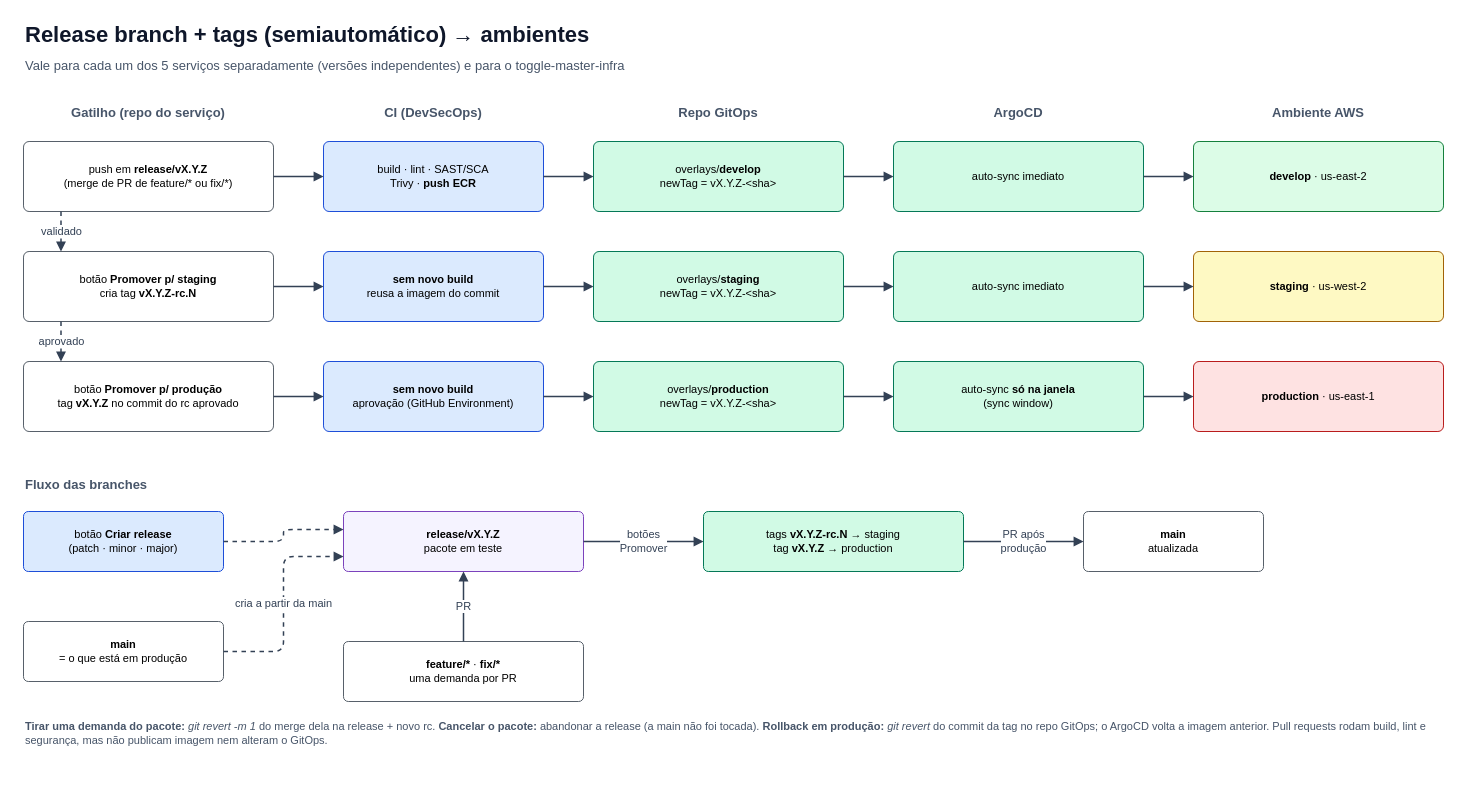
This is page "2. Branches e ambientes" (2 of 2) of docs/fase3-cicd-gitops.drawio from FIAP-PosTech-DevOps/toggle-master-infra, a draw.io file, before an edit. Source tidied: cells renumbered, new cells numbered last; positions are measured from the earlier drawing's top-left corner, leaving out a move shared by most shapes. Both pictures are drawn from the tidied source at 100%, with x=0, y=0 at pixel (23, 17).
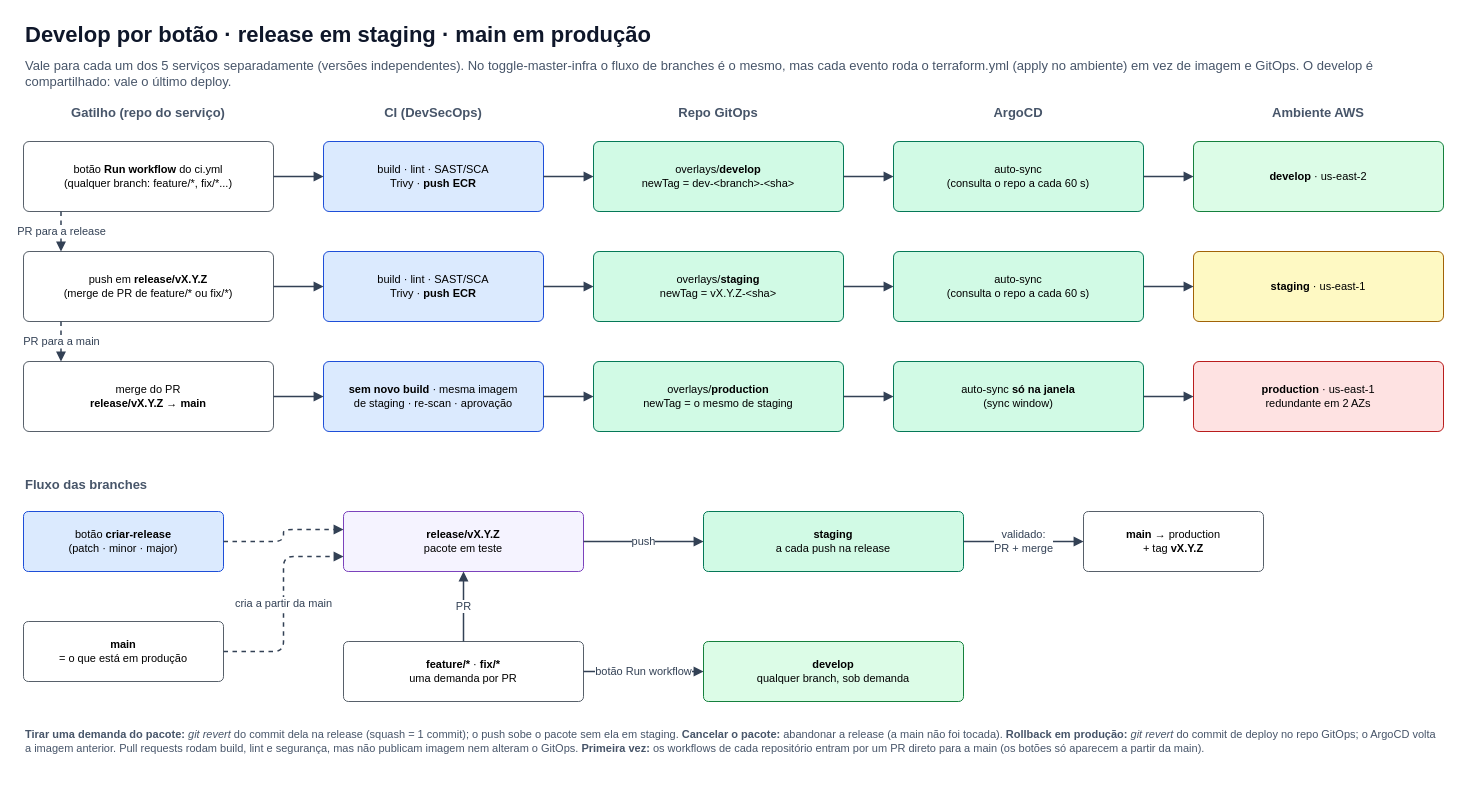
Above is the later version.

The change refers to these unchanged cells:
```xml
<mxCell id="27" value="&lt;b&gt;release/vX.Y.Z&lt;/b&gt;&lt;br&gt;pacote em teste" style="rounded=1;arcSize=8;fillColor=#F5F3FF;strokeColor=#7B42BC;fontSize=11;html=1;whiteSpace=wrap;fontFamily=Helvetica;" parent="1" vertex="1">
  <mxGeometry x="320" y="494" width="240" height="60" as="geometry" />
</mxCell>
<mxCell id="28" value="&lt;b&gt;feature/*&lt;/b&gt; · &lt;b&gt;fix/*&lt;/b&gt;&lt;br&gt;uma demanda por PR" style="rounded=1;arcSize=8;fillColor=#FFFFFF;strokeColor=#57606A;fontSize=11;html=1;whiteSpace=wrap;fontFamily=Helvetica;" parent="1" vertex="1">
  <mxGeometry x="320" y="624" width="240" height="60" as="geometry" />
</mxCell>
```

Diff of the diagram source:
```diff
@@
-    <mxCell id="2" value="Release branch + tags (semiautomático) → ambientes" style="text;align=left;verticalAlign=middle;fontSize=22;fontStyle=1;fontColor=#0F172A;html=1;whiteSpace=wrap;fontFamily=Helvetica;" parent="1" vertex="1">
+    <mxCell id="2" value="Develop por botão · release em staging · main em produção" style="text;align=left;verticalAlign=middle;fontSize=22;fontStyle=1;fontColor=#0F172A;html=1;whiteSpace=wrap;fontFamily=Helvetica;" parent="1" vertex="1">
       <mxGeometry width="1100" height="36" as="geometry" />
     </mxCell>
-    <mxCell id="3" value="Vale para cada um dos 5 serviços separadamente (versões independentes) e para o toggle-master-infra" style="text;align=left;verticalAlign=middle;fontSize=13;fontColor=#475569;html=1;whiteSpace=wrap;fontFamily=Helvetica;" parent="1" vertex="1">
-      <mxGeometry y="36" width="1100" height="24" as="geometry" />
+    <mxCell id="3" value="Vale para cada um dos 5 serviços separadamente (versões independentes). No toggle-master-infra o fluxo de branches é o mesmo, mas cada evento roda o terraform.yml (apply no ambiente) em vez de imagem e GitOps. O develop é compartilhado: vale o último deploy." style="text;align=left;verticalAlign=middle;fontSize=13;fontColor=#475569;html=1;whiteSpace=wrap;fontFamily=Helvetica;" parent="1" vertex="1">
+      <mxGeometry y="36" width="1420" height="40" as="geometry" />
     </mxCell>
@@
-    <mxCell id="9" value="push em &lt;b&gt;release/vX.Y.Z&lt;/b&gt;&lt;br&gt;(merge de PR de feature/* ou fix/*)" style="rounded=1;arcSize=8;fillColor=#FFFFFF;strokeColor=#57606A;fontSize=11;html=1;whiteSpace=wrap;fontFamily=Helvetica;" parent="1" vertex="1">
+    <mxCell id="9" value="botão &lt;b&gt;Run workflow&lt;/b&gt; do ci.yml&lt;br&gt;(qualquer branch: feature/*, fix/*...)" style="rounded=1;arcSize=8;fillColor=#FFFFFF;strokeColor=#57606A;fontSize=11;html=1;whiteSpace=wrap;fontFamily=Helvetica;" parent="1" vertex="1">
       <mxGeometry y="124" width="250" height="70" as="geometry" />
     </mxCell>
@@
-    <mxCell id="11" value="overlays/&lt;b&gt;develop&lt;/b&gt;&lt;br&gt;newTag = vX.Y.Z-&amp;lt;sha&amp;gt;" style="rounded=1;arcSize=8;fillColor=#D1FAE5;strokeColor=#047857;fontSize=11;html=1;whiteSpace=wrap;fontFamily=Helvetica;" parent="1" vertex="1">
+    <mxCell id="11" value="overlays/&lt;b&gt;develop&lt;/b&gt;&lt;br&gt;newTag = dev-&amp;lt;branch&amp;gt;-&amp;lt;sha&amp;gt;" style="rounded=1;arcSize=8;fillColor=#D1FAE5;strokeColor=#047857;fontSize=11;html=1;whiteSpace=wrap;fontFamily=Helvetica;" parent="1" vertex="1">
       <mxGeometry x="570" y="124" width="250" height="70" as="geometry" />
     </mxCell>
-    <mxCell id="12" value="auto-sync imediato" style="rounded=1;arcSize=8;fillColor=#D1FAE5;strokeColor=#047857;fontSize=11;html=1;whiteSpace=wrap;fontFamily=Helvetica;" parent="1" vertex="1">
+    <mxCell id="12" value="auto-sync&lt;br&gt;(consulta o repo a cada 60 s)" style="rounded=1;arcSize=8;fillColor=#D1FAE5;strokeColor=#047857;fontSize=11;html=1;whiteSpace=wrap;fontFamily=Helvetica;" parent="1" vertex="1">
       <mxGeometry x="870" y="124" width="250" height="70" as="geometry" />
     </mxCell>
@@
-    <mxCell id="14" value="botão &lt;b&gt;Promover p/ staging&lt;/b&gt;&lt;br&gt;cria tag &lt;b&gt;vX.Y.Z-rc.N&lt;/b&gt;" style="rounded=1;arcSize=8;fillColor=#FFFFFF;strokeColor=#57606A;fontSize=11;html=1;whiteSpace=wrap;fontFamily=Helvetica;" parent="1" vertex="1">
+    <mxCell id="14" value="push em &lt;b&gt;release/vX.Y.Z&lt;/b&gt;&lt;br&gt;(merge de PR de feature/* ou fix/*)" style="rounded=1;arcSize=8;fillColor=#FFFFFF;strokeColor=#57606A;fontSize=11;html=1;whiteSpace=wrap;fontFamily=Helvetica;" parent="1" vertex="1">
       <mxGeometry y="234" width="250" height="70" as="geometry" />
     </mxCell>
-    <mxCell id="15" value="&lt;b&gt;sem novo build&lt;/b&gt;&lt;br&gt;reusa a imagem do commit" style="rounded=1;arcSize=8;fillColor=#DBEAFE;strokeColor=#1D4ED8;fontSize=11;html=1;whiteSpace=wrap;fontFamily=Helvetica;verticalAlign=middle;" parent="1" vertex="1">
+    <mxCell id="15" value="build · lint · SAST/SCA&lt;br&gt;Trivy · &lt;b&gt;push ECR&lt;/b&gt;" style="rounded=1;arcSize=8;fillColor=#DBEAFE;strokeColor=#1D4ED8;fontSize=11;html=1;whiteSpace=wrap;fontFamily=Helvetica;verticalAlign=middle;" parent="1" vertex="1">
       <mxGeometry x="300" y="234" width="220" height="70" as="geometry" />
     </mxCell>
@@
-    <mxCell id="17" value="auto-sync imediato" style="rounded=1;arcSize=8;fillColor=#D1FAE5;strokeColor=#047857;fontSize=11;html=1;whiteSpace=wrap;fontFamily=Helvetica;" parent="1" vertex="1">
+    <mxCell id="17" value="auto-sync&lt;br&gt;(consulta o repo a cada 60 s)" style="rounded=1;arcSize=8;fillColor=#D1FAE5;strokeColor=#047857;fontSize=11;html=1;whiteSpace=wrap;fontFamily=Helvetica;" parent="1" vertex="1">
       <mxGeometry x="870" y="234" width="250" height="70" as="geometry" />
     </mxCell>
-    <mxCell id="18" value="&lt;b&gt;staging&lt;/b&gt; · us-west-2" style="rounded=1;arcSize=8;fillColor=#FEF9C3;strokeColor=#A16207;fontSize=11;html=1;whiteSpace=wrap;fontFamily=Helvetica;" parent="1" vertex="1">
+    <mxCell id="18" value="&lt;b&gt;staging&lt;/b&gt; · us-east-1" style="rounded=1;arcSize=8;fillColor=#FEF9C3;strokeColor=#A16207;fontSize=11;html=1;whiteSpace=wrap;fontFamily=Helvetica;" parent="1" vertex="1">
       <mxGeometry x="1170" y="234" width="250" height="70" as="geometry" />
     </mxCell>
-    <mxCell id="19" value="botão &lt;b&gt;Promover p/ produção&lt;/b&gt;&lt;br&gt;tag &lt;b&gt;vX.Y.Z&lt;/b&gt; no commit do rc aprovado" style="rounded=1;arcSize=8;fillColor=#FFFFFF;strokeColor=#57606A;fontSize=11;html=1;whiteSpace=wrap;fontFamily=Helvetica;" parent="1" vertex="1">
+    <mxCell id="19" value="merge do PR&lt;br&gt;&lt;b&gt;release/vX.Y.Z → main&lt;/b&gt;" style="rounded=1;arcSize=8;fillColor=#FFFFFF;strokeColor=#57606A;fontSize=11;html=1;whiteSpace=wrap;fontFamily=Helvetica;" parent="1" vertex="1">
       <mxGeometry y="344" width="250" height="70" as="geometry" />
     </mxCell>
-    <mxCell id="20" value="&lt;b&gt;sem novo build&lt;/b&gt;&lt;br&gt;aprovação (GitHub Environment)" style="rounded=1;arcSize=8;fillColor=#DBEAFE;strokeColor=#1D4ED8;fontSize=11;html=1;whiteSpace=wrap;fontFamily=Helvetica;verticalAlign=middle;" parent="1" vertex="1">
+    <mxCell id="20" value="&lt;b&gt;sem novo build&lt;/b&gt; · mesma imagem&lt;br&gt;de staging · re-scan · aprovação" style="rounded=1;arcSize=8;fillColor=#DBEAFE;strokeColor=#1D4ED8;fontSize=11;html=1;whiteSpace=wrap;fontFamily=Helvetica;verticalAlign=middle;" parent="1" vertex="1">
       <mxGeometry x="300" y="344" width="220" height="70" as="geometry" />
     </mxCell>
-    <mxCell id="21" value="overlays/&lt;b&gt;production&lt;/b&gt;&lt;br&gt;newTag = vX.Y.Z-&amp;lt;sha&amp;gt;" style="rounded=1;arcSize=8;fillColor=#D1FAE5;strokeColor=#047857;fontSize=11;html=1;whiteSpace=wrap;fontFamily=Helvetica;" parent="1" vertex="1">
+    <mxCell id="21" value="overlays/&lt;b&gt;production&lt;/b&gt;&lt;br&gt;newTag = o mesmo de staging" style="rounded=1;arcSize=8;fillColor=#D1FAE5;strokeColor=#047857;fontSize=11;html=1;whiteSpace=wrap;fontFamily=Helvetica;" parent="1" vertex="1">
       <mxGeometry x="570" y="344" width="250" height="70" as="geometry" />
     </mxCell>
@@
-    <mxCell id="23" value="&lt;b&gt;production&lt;/b&gt; · us-east-1" style="rounded=1;arcSize=8;fillColor=#FEE2E2;strokeColor=#B91C1C;fontSize=11;html=1;whiteSpace=wrap;fontFamily=Helvetica;" parent="1" vertex="1">
+    <mxCell id="23" value="&lt;b&gt;production&lt;/b&gt; · us-east-1&lt;br&gt;redundante em 2 AZs" style="rounded=1;arcSize=8;fillColor=#FEE2E2;strokeColor=#B91C1C;fontSize=11;html=1;whiteSpace=wrap;fontFamily=Helvetica;" parent="1" vertex="1">
       <mxGeometry x="1170" y="344" width="250" height="70" as="geometry" />
     </mxCell>
@@
-    <mxCell id="25" value="botão &lt;b&gt;Criar release&lt;/b&gt;&lt;br&gt;(patch · minor · major)" style="rounded=1;arcSize=8;fillColor=#DBEAFE;strokeColor=#1D4ED8;fontSize=11;html=1;whiteSpace=wrap;fontFamily=Helvetica;verticalAlign=middle;" parent="1" vertex="1">
+    <mxCell id="25" value="botão &lt;b&gt;criar-release&lt;/b&gt;&lt;br&gt;(patch · minor · major)" style="rounded=1;arcSize=8;fillColor=#DBEAFE;strokeColor=#1D4ED8;fontSize=11;html=1;whiteSpace=wrap;fontFamily=Helvetica;verticalAlign=middle;" parent="1" vertex="1">
       <mxGeometry y="494" width="200" height="60" as="geometry" />
     </mxCell>
@@
-    <mxCell id="29" value="tags &lt;b&gt;vX.Y.Z-rc.N&lt;/b&gt; → staging&lt;br&gt;tag &lt;b&gt;vX.Y.Z&lt;/b&gt; → production" style="rounded=1;arcSize=8;fillColor=#D1FAE5;strokeColor=#047857;fontSize=11;html=1;whiteSpace=wrap;fontFamily=Helvetica;" parent="1" vertex="1">
+    <mxCell id="29" value="&lt;b&gt;staging&lt;/b&gt;&lt;br&gt;a cada push na release" style="rounded=1;arcSize=8;fillColor=#D1FAE5;strokeColor=#047857;fontSize=11;html=1;whiteSpace=wrap;fontFamily=Helvetica;" parent="1" vertex="1">
       <mxGeometry x="680" y="494" width="260" height="60" as="geometry" />
     </mxCell>
-    <mxCell id="30" value="&lt;b&gt;main&lt;/b&gt;&lt;br&gt;atualizada" style="rounded=1;arcSize=8;fillColor=#FFFFFF;strokeColor=#57606A;fontSize=11;html=1;whiteSpace=wrap;fontFamily=Helvetica;" parent="1" vertex="1">
+    <mxCell id="30" value="&lt;b&gt;main&lt;/b&gt; → production&lt;br&gt;+ tag &lt;b&gt;vX.Y.Z&lt;/b&gt;" style="rounded=1;arcSize=8;fillColor=#FFFFFF;strokeColor=#57606A;fontSize=11;html=1;whiteSpace=wrap;fontFamily=Helvetica;" parent="1" vertex="1">
       <mxGeometry x="1060" y="494" width="180" height="60" as="geometry" />
     </mxCell>
+    <mxCell id="51" value="&lt;b&gt;develop&lt;/b&gt;&lt;br&gt;qualquer branch, sob demanda" style="rounded=1;arcSize=8;fillColor=#DCFCE7;strokeColor=#15803D;fontSize=11;html=1;whiteSpace=wrap;fontFamily=Helvetica;" parent="1" vertex="1">
+      <mxGeometry x="680" y="624" width="260" height="60" as="geometry" />
+    </mxCell>
-    <mxCell id="31" value="&lt;b&gt;Tirar uma demanda do pacote:&lt;/b&gt; &lt;i&gt;git revert -m 1&lt;/i&gt; do merge dela na release + novo rc. &lt;b&gt;Cancelar o pacote:&lt;/b&gt; abandonar a release (a main não foi tocada). &lt;b&gt;Rollback em produção:&lt;/b&gt; &lt;i&gt;git revert&lt;/i&gt; do commit da tag no repo GitOps; o ArgoCD volta a imagem anterior. Pull requests rodam build, lint e segurança, mas não publicam imagem nem alteram o GitOps." style="text;align=left;verticalAlign=middle;fontSize=11;fontColor=#475569;html=1;whiteSpace=wrap;fontFamily=Helvetica;" parent="1" vertex="1">
-      <mxGeometry y="694" width="1420" height="44" as="geometry" />
+    <mxCell id="31" value="&lt;b&gt;Tirar uma demanda do pacote:&lt;/b&gt; &lt;i&gt;git revert&lt;/i&gt; do commit dela na release (squash = 1 commit); o push sobe o pacote sem ela em staging. &lt;b&gt;Cancelar o pacote:&lt;/b&gt; abandonar a release (a main não foi tocada). &lt;b&gt;Rollback em produção:&lt;/b&gt; &lt;i&gt;git revert&lt;/i&gt; do commit de deploy no repo GitOps; o ArgoCD volta a imagem anterior. Pull requests rodam build, lint e segurança, mas não publicam imagem nem alteram o GitOps. &lt;b&gt;Primeira vez:&lt;/b&gt; os workflows de cada repositório entram por um PR direto para a main (os botões só aparecem a partir da main)." style="text;align=left;verticalAlign=middle;fontSize=11;fontColor=#475569;html=1;whiteSpace=wrap;fontFamily=Helvetica;" parent="1" vertex="1">
+      <mxGeometry y="694" width="1420" height="60" as="geometry" />
     </mxCell>
@@
-    <mxCell id="44" value="validado" style="edgeStyle=orthogonalEdgeStyle;rounded=1;jettySize=auto;html=1;endArrow=block;endFill=1;strokeWidth=1.5;fontSize=11;labelBackgroundColor=#FFFFFF;strokeColor=#334155;fontColor=#334155;dashed=1;exitX=0.15;exitY=1;exitDx=0;exitDy=0;entryX=0.15;entryY=0;entryDx=0;entryDy=0;" parent="1" edge="1" source="9" target="14">
+    <mxCell id="44" value="PR para a release" style="edgeStyle=orthogonalEdgeStyle;rounded=1;jettySize=auto;html=1;endArrow=block;endFill=1;strokeWidth=1.5;fontSize=11;labelBackgroundColor=#FFFFFF;strokeColor=#334155;fontColor=#334155;dashed=1;exitX=0.15;exitY=1;exitDx=0;exitDy=0;entryX=0.15;entryY=0;entryDx=0;entryDy=0;" parent="1" edge="1" source="9" target="14">
       <mxGeometry relative="1" as="geometry" />
     </mxCell>
-    <mxCell id="45" value="aprovado" style="edgeStyle=orthogonalEdgeStyle;rounded=1;jettySize=auto;html=1;endArrow=block;endFill=1;strokeWidth=1.5;fontSize=11;labelBackgroundColor=#FFFFFF;strokeColor=#334155;fontColor=#334155;dashed=1;exitX=0.15;exitY=1;exitDx=0;exitDy=0;entryX=0.15;entryY=0;entryDx=0;entryDy=0;" parent="1" edge="1" source="14" target="19">
+    <mxCell id="45" value="PR para a main" style="edgeStyle=orthogonalEdgeStyle;rounded=1;jettySize=auto;html=1;endArrow=block;endFill=1;strokeWidth=1.5;fontSize=11;labelBackgroundColor=#FFFFFF;strokeColor=#334155;fontColor=#334155;dashed=1;exitX=0.15;exitY=1;exitDx=0;exitDy=0;entryX=0.15;entryY=0;entryDx=0;entryDy=0;" parent="1" edge="1" source="14" target="19">
       <mxGeometry relative="1" as="geometry" />
     </mxCell>
@@
-    <mxCell id="49" value="botões&lt;br&gt;Promover" style="edgeStyle=orthogonalEdgeStyle;rounded=1;jettySize=auto;html=1;endArrow=block;endFill=1;strokeWidth=1.5;fontSize=11;labelBackgroundColor=#FFFFFF;strokeColor=#334155;fontColor=#334155;exitX=1;exitY=0.5;exitDx=0;exitDy=0;entryX=0;entryY=0.5;entryDx=0;entryDy=0;" parent="1" edge="1" source="27" target="29">
+    <mxCell id="49" value="push" style="edgeStyle=orthogonalEdgeStyle;rounded=1;jettySize=auto;html=1;endArrow=block;endFill=1;strokeWidth=1.5;fontSize=11;labelBackgroundColor=#FFFFFF;strokeColor=#334155;fontColor=#334155;exitX=1;exitY=0.5;exitDx=0;exitDy=0;entryX=0;entryY=0.5;entryDx=0;entryDy=0;" parent="1" edge="1" source="27" target="29">
       <mxGeometry relative="1" as="geometry" />
     </mxCell>
-    <mxCell id="50" value="PR após&lt;br&gt;produção" style="edgeStyle=orthogonalEdgeStyle;rounded=1;jettySize=auto;html=1;endArrow=block;endFill=1;strokeWidth=1.5;fontSize=11;labelBackgroundColor=#FFFFFF;strokeColor=#334155;fontColor=#334155;exitX=1;exitY=0.5;exitDx=0;exitDy=0;entryX=0;entryY=0.5;entryDx=0;entryDy=0;" parent="1" edge="1" source="29" target="30">
+    <mxCell id="50" value="validado:&lt;br&gt;PR + merge" style="edgeStyle=orthogonalEdgeStyle;rounded=1;jettySize=auto;html=1;endArrow=block;endFill=1;strokeWidth=1.5;fontSize=11;labelBackgroundColor=#FFFFFF;strokeColor=#334155;fontColor=#334155;exitX=1;exitY=0.5;exitDx=0;exitDy=0;entryX=0;entryY=0.5;entryDx=0;entryDy=0;" parent="1" edge="1" source="29" target="30">
       <mxGeometry relative="1" as="geometry" />
     </mxCell>
+    <mxCell id="52" value="botão Run workflow" style="edgeStyle=orthogonalEdgeStyle;rounded=1;jettySize=auto;html=1;endArrow=block;endFill=1;strokeWidth=1.5;fontSize=11;labelBackgroundColor=#FFFFFF;strokeColor=#334155;fontColor=#334155;exitX=1;exitY=0.5;exitDx=0;exitDy=0;entryX=0;entryY=0.5;entryDx=0;entryDy=0;" parent="1" edge="1" source="28" target="51">
+      <mxGeometry relative="1" as="geometry" />
+    </mxCell>
```
